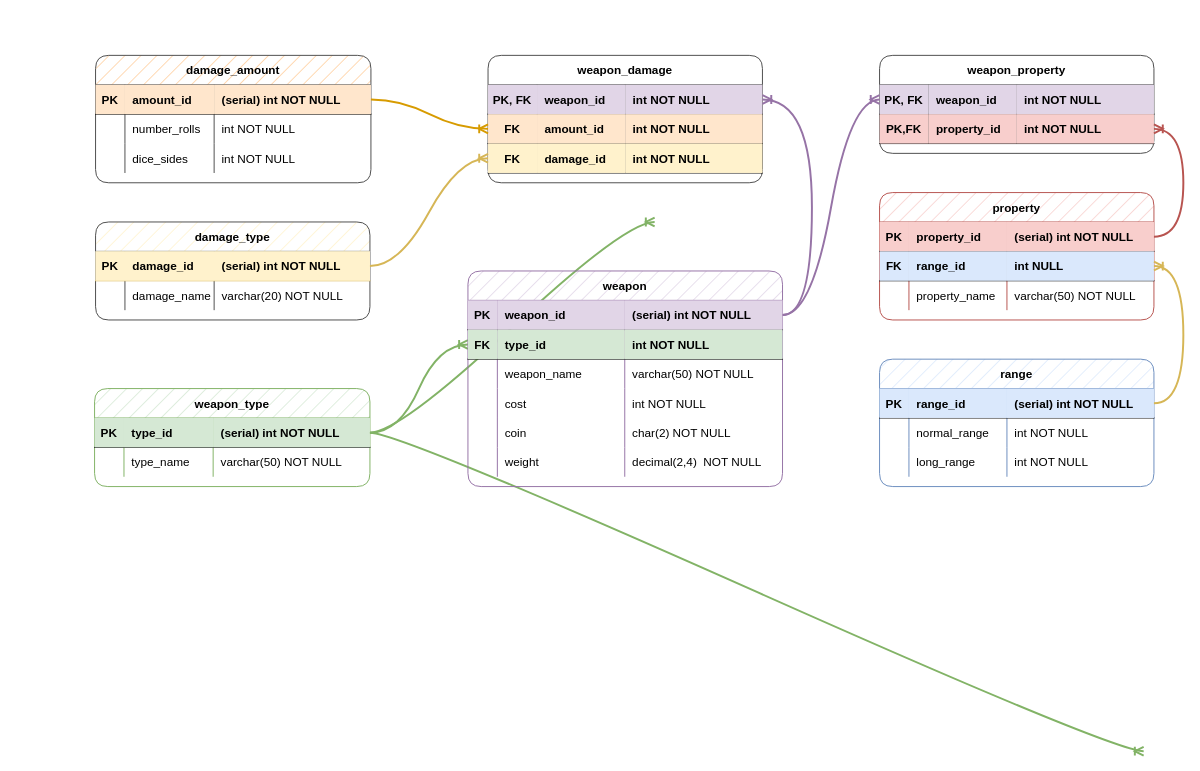
This is page "weapon" (2 of 3) of diagrams/Entity Relationship Diagram.drawio from kschuljak/fantasy_shop, a draw.io file, before an edit. Source tidied: cells renumbered, new cells numbered last; positions are measured from the earlier drawing's top-left corner, leaving out a move shared by most shapes. Both pictures are drawn from the tidied source at 98%, with x=0, y=0 at pixel (94, 55).
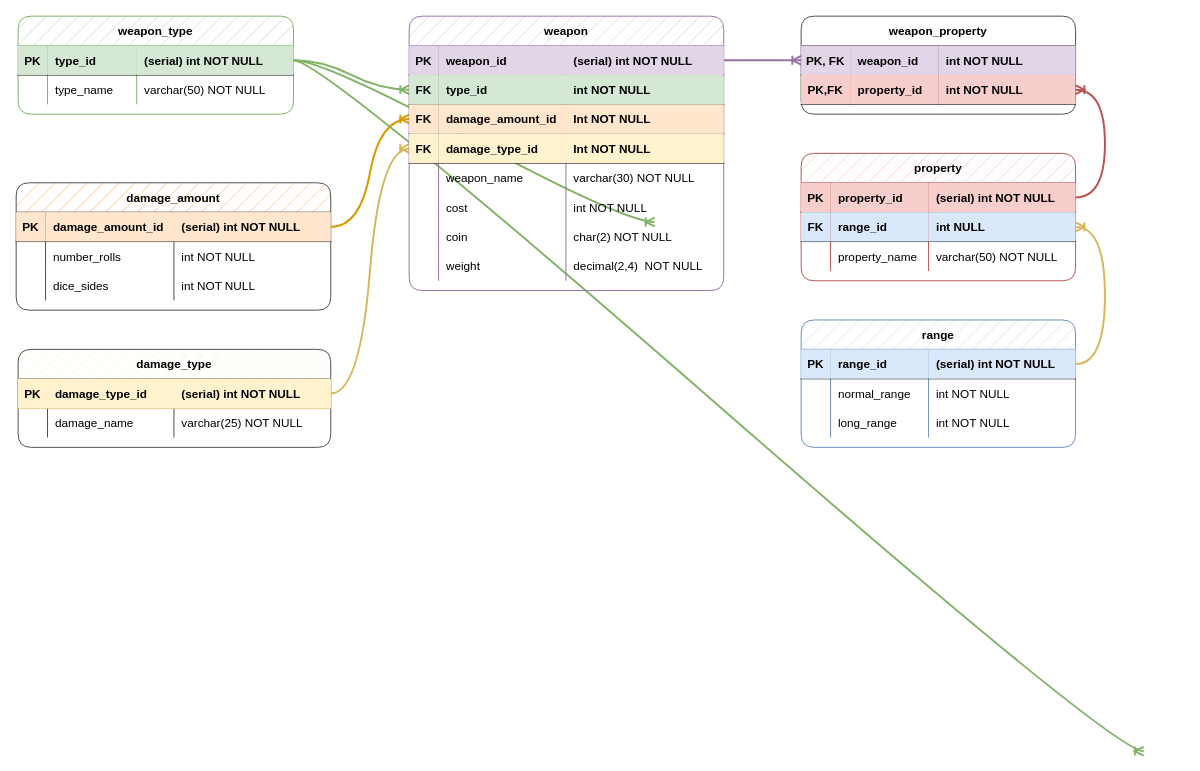
The same page after the edit.

The change refers to these unchanged cells:
```xml
<mxCell id="90" style="shape=partialRectangle;fillColor=none;points=[[0,0.5],[1,0.5]];portConstraint=eastwest;top=0;left=0;right=0;bottom=1;" parent="89" vertex="1">
  <mxGeometry y="30" width="321" height="30" as="geometry" />
</mxCell>
```

Change to the diagram source:
```diff
@@
     <mxCell id="2" value="weapon_type" style="shape=table;startSize=30;childLayout=tableLayout;rowLines=0;fontStyle=1;align=center;fillColor=#d5e8d4;strokeColor=#82b366;rounded=1;fillStyle=hatch;" parent="1" vertex="1">
-      <mxGeometry y="340" width="281" height="100" as="geometry" />
+      <mxGeometry x="-78" y="-40" width="281" height="100" as="geometry" />
     </mxCell>
@@
     <mxCell id="12" value="property" style="shape=table;startSize=30;childLayout=tableLayout;rowLines=0;fontStyle=1;align=center;fillColor=#f8cecc;strokeColor=#b85450;rounded=1;fillStyle=hatch;" parent="1" vertex="1">
-      <mxGeometry x="801" y="140" width="280" height="130" as="geometry" />
+      <mxGeometry x="721" y="100" width="280" height="130" as="geometry" />
     </mxCell>
@@
     <mxCell id="25" value="range" style="shape=table;startSize=30;childLayout=tableLayout;rowLines=0;fontStyle=1;align=center;fillColor=#dae8fc;strokeColor=#6c8ebf;rounded=1;fillStyle=hatch;" parent="1" vertex="1">
-      <mxGeometry x="801" y="310" width="280" height="130" as="geometry" />
+      <mxGeometry x="721" y="270" width="280" height="130" as="geometry" />
     </mxCell>
@@
     <mxCell id="38" value="weapon_property" style="shape=table;startSize=30;childLayout=tableLayout;rowLines=0;fontStyle=1;align=center;rounded=1;strokeColor=#4D4D4D;" parent="1" vertex="1">
-      <mxGeometry x="801" width="280" height="100" as="geometry" />
+      <mxGeometry x="721" y="-40" width="280" height="100" as="geometry" />
     </mxCell>
@@
     <mxCell id="50" value="damage_type" style="shape=table;startSize=30;childLayout=tableLayout;rowLines=0;fontStyle=1;align=center;fillColor=#fff2cc;strokeColor=#4D4D4D;rounded=1;fillStyle=hatch;" parent="1" vertex="1">
-      <mxGeometry x="1" y="170" width="280" height="100" as="geometry" />
+      <mxGeometry x="-78" y="300" width="319" height="100" as="geometry" />
     </mxCell>
     <mxCell id="51" style="shape=partialRectangle;fillColor=#fff2cc;points=[[0,0.5],[1,0.5]];portConstraint=eastwest;top=0;left=0;right=0;bottom=1;strokeColor=#d6b656;" parent="50" vertex="1">
-      <mxGeometry y="30" width="280" height="30" as="geometry" />
+      <mxGeometry y="30" width="319" height="30" as="geometry" />
     </mxCell>
@@
-    <mxCell id="53" value="damage_id" style="shape=partialRectangle;overflow=hidden;fillColor=#fff2cc;top=0;left=0;bottom=0;right=0;align=left;spacingLeft=6;fontStyle=1;strokeColor=#d6b656;" parent="51" vertex="1">
-      <mxGeometry x="30" width="91" height="30" as="geometry" />
+    <mxCell id="53" value="damage_type_id" style="shape=partialRectangle;overflow=hidden;fillColor=#fff2cc;top=0;left=0;bottom=0;right=0;align=left;spacingLeft=6;fontStyle=1;strokeColor=#d6b656;" parent="51" vertex="1">
+      <mxGeometry x="30" width="129" height="30" as="geometry" />
     </mxCell>
     <mxCell id="54" value="(serial) int NOT NULL" style="shape=partialRectangle;overflow=hidden;fillColor=#fff2cc;top=0;left=0;bottom=0;right=0;align=left;spacingLeft=6;fontStyle=1;strokeColor=#d6b656;" parent="51" vertex="1">
-      <mxGeometry x="121" width="159" height="30" as="geometry" />
+      <mxGeometry x="159" width="160" height="30" as="geometry" />
     </mxCell>
     <mxCell id="55" style="shape=partialRectangle;fillColor=none;top=0;left=0;right=0;bottom=0;" parent="50" vertex="1">
-      <mxGeometry y="60" width="280" height="30" as="geometry" />
+      <mxGeometry y="60" width="319" height="30" as="geometry" />
     </mxCell>
@@
     <mxCell id="57" value="damage_name" style="shape=partialRectangle;overflow=hidden;fillColor=none;top=0;left=0;bottom=0;right=0;align=left;spacingLeft=6;" parent="55" vertex="1">
-      <mxGeometry x="30" width="91" height="30" as="geometry" />
+      <mxGeometry x="30" width="129" height="30" as="geometry" />
     </mxCell>
-    <mxCell id="58" value="varchar(20) NOT NULL" style="shape=partialRectangle;overflow=hidden;fillColor=none;top=0;left=0;bottom=0;right=0;align=left;spacingLeft=6;" parent="55" vertex="1">
-      <mxGeometry x="121" width="159" height="30" as="geometry" />
+    <mxCell id="58" value="varchar(25) NOT NULL" style="shape=partialRectangle;overflow=hidden;fillColor=none;top=0;left=0;bottom=0;right=0;align=left;spacingLeft=6;" parent="55" vertex="1">
+      <mxGeometry x="159" width="160" height="30" as="geometry" />
     </mxCell>
-    <mxCell id="59" value="weapon_damage" style="shape=table;startSize=30;childLayout=tableLayout;rowLines=0;fontStyle=1;align=center;rounded=1;strokeColor=#4D4D4D;" parent="1" vertex="1">
-      <mxGeometry x="401.5" width="280" height="130" as="geometry" />
-    </mxCell>
-    <mxCell id="60" style="shape=partialRectangle;fillColor=none;points=[[0,0.5],[1,0.5]];portConstraint=eastwest;top=0;left=0;right=0;bottom=1;" parent="59" vertex="1">
-      <mxGeometry y="30" width="280" height="30" as="geometry" />
-    </mxCell>
-    <mxCell id="61" value="PK, FK" style="shape=partialRectangle;overflow=hidden;top=0;left=0;bottom=0;right=0;fontStyle=1;fillColor=#e1d5e7;strokeColor=#9673a6;" parent="60" vertex="1">
-      <mxGeometry width="50" height="30" as="geometry" />
-    </mxCell>
-    <mxCell id="62" value="weapon_id" style="shape=partialRectangle;overflow=hidden;top=0;left=0;bottom=0;right=0;align=left;spacingLeft=6;fontStyle=1;fillColor=#e1d5e7;strokeColor=#9673a6;" parent="60" vertex="1">
-      <mxGeometry x="50" width="90" height="30" as="geometry" />
-    </mxCell>
-    <mxCell id="63" value="int NOT NULL" style="shape=partialRectangle;overflow=hidden;top=0;left=0;bottom=0;right=0;align=left;spacingLeft=6;fontStyle=1;fillColor=#e1d5e7;strokeColor=#9673a6;" parent="60" vertex="1">
-      <mxGeometry x="140" width="140" height="30" as="geometry" />
-    </mxCell>
-    <mxCell id="64" style="shape=partialRectangle;fillColor=none;points=[[0,0.5],[1,0.5]];portConstraint=eastwest;top=0;left=0;right=0;bottom=1;" parent="59" vertex="1">
-      <mxGeometry y="60" width="280" height="30" as="geometry" />
-    </mxCell>
-    <mxCell id="65" value="FK" style="shape=partialRectangle;overflow=hidden;top=0;left=0;bottom=0;right=0;fontStyle=1;fillColor=#ffe6cc;strokeColor=#d79b00;" parent="64" vertex="1">
-      <mxGeometry width="50" height="30" as="geometry" />
-    </mxCell>
-    <mxCell id="66" value="amount_id" style="shape=partialRectangle;overflow=hidden;top=0;left=0;bottom=0;right=0;align=left;spacingLeft=6;fontStyle=1;fillColor=#ffe6cc;strokeColor=#d79b00;" parent="64" vertex="1">
-      <mxGeometry x="50" width="90" height="30" as="geometry" />
-    </mxCell>
-    <mxCell id="67" value="int NOT NULL" style="shape=partialRectangle;overflow=hidden;top=0;left=0;bottom=0;right=0;align=left;spacingLeft=6;fontStyle=1;fillColor=#ffe6cc;strokeColor=#d79b00;" parent="64" vertex="1">
-      <mxGeometry x="140" width="140" height="30" as="geometry" />
-    </mxCell>
-    <mxCell id="68" style="shape=partialRectangle;fillColor=none;points=[[0,0.5],[1,0.5]];portConstraint=eastwest;top=0;left=0;right=0;bottom=1;" parent="59" vertex="1">
-      <mxGeometry y="90" width="280" height="30" as="geometry" />
-    </mxCell>
-    <mxCell id="69" value="FK" style="shape=partialRectangle;overflow=hidden;top=0;left=0;bottom=0;right=0;fontStyle=1;fillColor=#fff2cc;strokeColor=#d6b656;" parent="68" vertex="1">
-      <mxGeometry width="50" height="30" as="geometry" />
-    </mxCell>
-    <mxCell id="70" value="damage_id" style="shape=partialRectangle;overflow=hidden;top=0;left=0;bottom=0;right=0;align=left;spacingLeft=6;fontStyle=1;fillColor=#fff2cc;strokeColor=#d6b656;" parent="68" vertex="1">
-      <mxGeometry x="50" width="90" height="30" as="geometry" />
-    </mxCell>
-    <mxCell id="71" value="int NOT NULL" style="shape=partialRectangle;overflow=hidden;top=0;left=0;bottom=0;right=0;align=left;spacingLeft=6;fontStyle=1;fillColor=#fff2cc;strokeColor=#d6b656;" parent="68" vertex="1">
-      <mxGeometry x="140" width="140" height="30" as="geometry" />
-    </mxCell>
     <mxCell id="72" value="damage_amount" style="shape=table;startSize=30;childLayout=tableLayout;rowLines=0;fontStyle=1;align=center;fillColor=#ffcc99;strokeColor=#4D4D4D;rounded=1;fillStyle=hatch;" parent="1" vertex="1">
-      <mxGeometry x="1" width="281" height="130" as="geometry" />
+      <mxGeometry x="-80" y="130" width="321" height="130" as="geometry" />
     </mxCell>
     <mxCell id="73" style="shape=partialRectangle;fillColor=none;points=[[0,0.5],[1,0.5]];portConstraint=eastwest;top=0;left=0;right=0;bottom=1;" parent="72" vertex="1">
-      <mxGeometry y="30" width="281" height="30" as="geometry" />
+      <mxGeometry y="30" width="321" height="30" as="geometry" />
     </mxCell>
@@
-    <mxCell id="75" value="amount_id" style="shape=partialRectangle;overflow=hidden;fillColor=#ffe6cc;top=0;left=0;bottom=0;right=0;align=left;spacingLeft=6;fontStyle=1;strokeColor=#d79b00;" parent="73" vertex="1">
-      <mxGeometry x="30" width="91" height="30" as="geometry" />
+    <mxCell id="75" value="damage_amount_id" style="shape=partialRectangle;overflow=hidden;fillColor=#ffe6cc;top=0;left=0;bottom=0;right=0;align=left;spacingLeft=6;fontStyle=1;strokeColor=#d79b00;" parent="73" vertex="1">
+      <mxGeometry x="30" width="131" height="30" as="geometry" />
     </mxCell>
     <mxCell id="76" value="(serial) int NOT NULL" style="shape=partialRectangle;overflow=hidden;fillColor=#ffe6cc;top=0;left=0;bottom=0;right=0;align=left;spacingLeft=6;fontStyle=1;strokeColor=#d79b00;" parent="73" vertex="1">
-      <mxGeometry x="121" width="160" height="30" as="geometry" />
+      <mxGeometry x="161" width="160" height="30" as="geometry" />
     </mxCell>
     <mxCell id="77" style="shape=partialRectangle;fillColor=none;top=0;left=0;right=0;bottom=0;" parent="72" vertex="1">
-      <mxGeometry y="60" width="281" height="30" as="geometry" />
+      <mxGeometry y="60" width="321" height="30" as="geometry" />
     </mxCell>
@@
     <mxCell id="79" value="number_rolls" style="shape=partialRectangle;overflow=hidden;fillColor=none;top=0;left=0;bottom=0;right=0;align=left;spacingLeft=6;" parent="77" vertex="1">
-      <mxGeometry x="30" width="91" height="30" as="geometry" />
+      <mxGeometry x="30" width="131" height="30" as="geometry" />
     </mxCell>
     <mxCell id="80" value="int NOT NULL" style="shape=partialRectangle;overflow=hidden;fillColor=none;top=0;left=0;bottom=0;right=0;align=left;spacingLeft=6;" parent="77" vertex="1">
-      <mxGeometry x="121" width="160" height="30" as="geometry" />
+      <mxGeometry x="161" width="160" height="30" as="geometry" />
     </mxCell>
     <mxCell id="81" style="shape=partialRectangle;fillColor=none;top=0;left=0;right=0;bottom=0;" parent="72" vertex="1">
-      <mxGeometry y="90" width="281" height="30" as="geometry" />
+      <mxGeometry y="90" width="321" height="30" as="geometry" />
     </mxCell>
@@
     <mxCell id="83" value="dice_sides" style="shape=partialRectangle;overflow=hidden;fillColor=none;top=0;left=0;bottom=0;right=0;align=left;spacingLeft=6;" parent="81" vertex="1">
-      <mxGeometry x="30" width="91" height="30" as="geometry" />
+      <mxGeometry x="30" width="131" height="30" as="geometry" />
     </mxCell>
     <mxCell id="84" value="int NOT NULL" style="shape=partialRectangle;overflow=hidden;fillColor=none;top=0;left=0;bottom=0;right=0;align=left;spacingLeft=6;" parent="81" vertex="1">
-      <mxGeometry x="121" width="160" height="30" as="geometry" />
+      <mxGeometry x="161" width="160" height="30" as="geometry" />
     </mxCell>
-    <mxCell id="85" style="edgeStyle=entityRelationEdgeStyle;fontSize=12;html=1;endArrow=ERoneToMany;strokeWidth=2;curved=1;fillColor=#fff2cc;strokeColor=#d6b656;" parent="1" edge="1" source="51" target="68">
+    <mxCell id="85" style="edgeStyle=entityRelationEdgeStyle;fontSize=12;html=1;endArrow=ERoneToMany;strokeWidth=2;curved=1;fillColor=#fff2cc;strokeColor=#d6b656;" parent="1" edge="1" source="51" target="119">
       <mxGeometry relative="1" as="geometry" />
     </mxCell>
-    <mxCell id="86" style="edgeStyle=entityRelationEdgeStyle;fontSize=12;html=1;endArrow=ERoneToMany;strokeWidth=2;curved=1;fillColor=#ffe6cc;strokeColor=#d79b00;" parent="1" edge="1" source="73" target="64">
+    <mxCell id="86" style="edgeStyle=entityRelationEdgeStyle;fontSize=12;html=1;endArrow=ERoneToMany;strokeWidth=2;curved=1;fillColor=#ffe6cc;strokeColor=#d79b00;" parent="1" edge="1" source="73" target="115">
       <mxGeometry relative="1" as="geometry" />
     </mxCell>
@@
     <mxCell id="89" value="weapon" style="shape=table;startSize=30;childLayout=tableLayout;rowLines=0;fontStyle=1;align=center;fillColor=#e1d5e7;strokeColor=#9673a6;rounded=1;fillStyle=hatch;" parent="1" vertex="1">
-      <mxGeometry x="381" y="220" width="321" height="220" as="geometry" />
+      <mxGeometry x="321" y="-40" width="321" height="280" as="geometry" />
     </mxCell>
@@
+    <mxCell id="115" style="shape=partialRectangle;fillColor=none;points=[[0,0.5],[1,0.5]];portConstraint=eastwest;top=0;left=0;right=0;bottom=1;" parent="89" vertex="1">
+      <mxGeometry y="90" width="321" height="30" as="geometry" />
+    </mxCell>
+    <mxCell id="116" value="FK" style="shape=partialRectangle;overflow=hidden;fillColor=#ffe6cc;top=0;left=0;bottom=0;right=0;fontStyle=1;strokeColor=#d79b00;" parent="115" vertex="1">
+      <mxGeometry width="30" height="30" as="geometry" />
+    </mxCell>
+    <mxCell id="117" value="damage_amount_id" style="shape=partialRectangle;overflow=hidden;fillColor=#ffe6cc;top=0;left=0;bottom=0;right=0;align=left;spacingLeft=6;fontStyle=1;strokeColor=#d79b00;" parent="115" vertex="1">
+      <mxGeometry x="30" width="130" height="30" as="geometry" />
+    </mxCell>
+    <mxCell id="118" value="Int NOT NULL" style="shape=partialRectangle;overflow=hidden;fillColor=#ffe6cc;top=0;left=0;bottom=0;right=0;align=left;spacingLeft=6;fontStyle=1;strokeColor=#d79b00;" parent="115" vertex="1">
+      <mxGeometry x="160" width="161" height="30" as="geometry" />
+    </mxCell>
+    <mxCell id="119" style="shape=partialRectangle;fillColor=none;points=[[0,0.5],[1,0.5]];portConstraint=eastwest;top=0;left=0;right=0;bottom=1;" parent="89" vertex="1">
+      <mxGeometry y="120" width="321" height="30" as="geometry" />
+    </mxCell>
+    <mxCell id="120" value="FK" style="shape=partialRectangle;overflow=hidden;fillColor=#fff2cc;top=0;left=0;bottom=0;right=0;fontStyle=1;strokeColor=#d6b656;" parent="119" vertex="1">
+      <mxGeometry width="30" height="30" as="geometry" />
+    </mxCell>
+    <mxCell id="121" value="damage_type_id" style="shape=partialRectangle;overflow=hidden;fillColor=#fff2cc;top=0;left=0;bottom=0;right=0;align=left;spacingLeft=6;fontStyle=1;strokeColor=#d6b656;" parent="119" vertex="1">
+      <mxGeometry x="30" width="130" height="30" as="geometry" />
+    </mxCell>
+    <mxCell id="122" value="Int NOT NULL" style="shape=partialRectangle;overflow=hidden;fillColor=#fff2cc;top=0;left=0;bottom=0;right=0;align=left;spacingLeft=6;fontStyle=1;strokeColor=#d6b656;" parent="119" vertex="1">
+      <mxGeometry x="160" width="161" height="30" as="geometry" />
+    </mxCell>
     <mxCell id="98" style="shape=partialRectangle;fillColor=none;top=0;left=0;right=0;bottom=0;" parent="89" vertex="1">
-      <mxGeometry y="90" width="321" height="30" as="geometry" />
+      <mxGeometry y="150" width="321" height="30" as="geometry" />
     </mxCell>
@@
-    <mxCell id="101" value="varchar(50) NOT NULL" style="shape=partialRectangle;overflow=hidden;fillColor=none;top=0;left=0;bottom=0;right=0;align=left;spacingLeft=6;" parent="98" vertex="1">
+    <mxCell id="101" value="varchar(30) NOT NULL" style="shape=partialRectangle;overflow=hidden;fillColor=none;top=0;left=0;bottom=0;right=0;align=left;spacingLeft=6;" parent="98" vertex="1">
       <mxGeometry x="160" width="161" height="30" as="geometry" />
     </mxCell>
     <mxCell id="102" style="shape=partialRectangle;fillColor=none;top=0;left=0;right=0;bottom=0;" parent="89" vertex="1">
-      <mxGeometry y="120" width="321" height="30" as="geometry" />
+      <mxGeometry y="180" width="321" height="30" as="geometry" />
     </mxCell>
@@
     <mxCell id="106" style="shape=partialRectangle;fillColor=none;top=0;left=0;right=0;bottom=0;" parent="89" vertex="1">
-      <mxGeometry y="150" width="321" height="30" as="geometry" />
+      <mxGeometry y="210" width="321" height="30" as="geometry" />
     </mxCell>
@@
     <mxCell id="110" style="shape=partialRectangle;fillColor=none;top=0;left=0;right=0;bottom=0;" parent="89" vertex="1">
-      <mxGeometry y="180" width="321" height="30" as="geometry" />
+      <mxGeometry y="240" width="321" height="30" as="geometry" />
     </mxCell>
@@
-    <mxCell id="114" style="edgeStyle=entityRelationEdgeStyle;fontSize=12;html=1;endArrow=ERoneToMany;strokeWidth=2;curved=1;fillColor=#e1d5e7;strokeColor=#9673a6;" parent="1" edge="1" source="90" target="60">
-      <mxGeometry relative="1" as="geometry" />
-    </mxCell>
```
